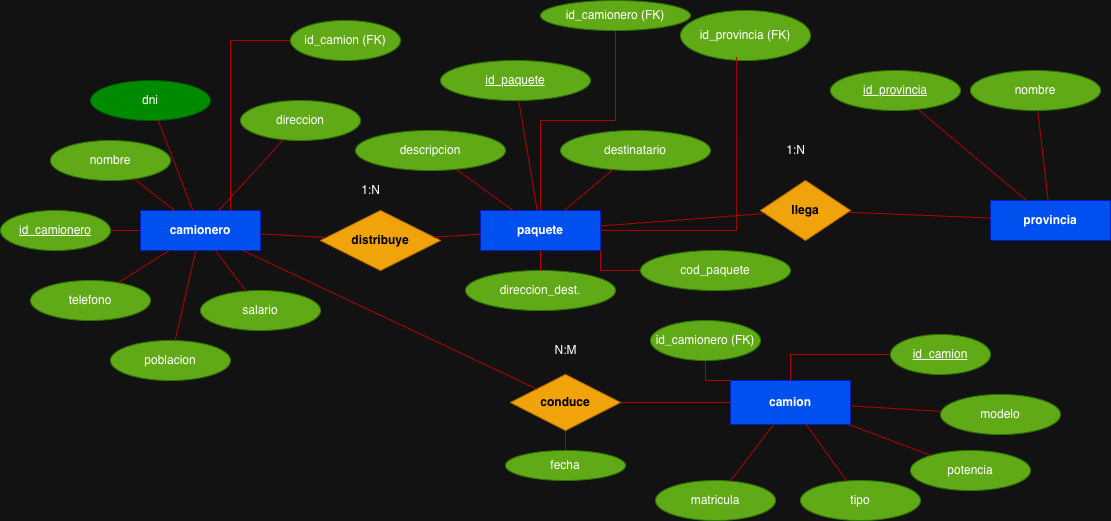
luzmariaalvarez/1DAW keeps this draw.io diagram as Bases de Datos/Ejercicios Modelo E-R/ER_EJ2_Transportes.drawio.png. Above is the earlier version. Source tidied: cells renumbered, new cells last; positions are measured from the earlier drawing's top-left corner, leaving out a move shared by most shapes. The source it was exported from:
```xml
<mxGraphModel>
  <root>
    <mxCell id="0" />
    <mxCell id="1" parent="0" />
    <mxCell id="2" style="edgeStyle=orthogonalEdgeStyle;rounded=0;jettySize=auto;html=1;exitX=0;exitY=0.5;exitDx=0;exitDy=0;entryX=1;entryY=0.5;entryDx=0;entryDy=0;endArrow=none;endFill=0;fillColor=#e51400;strokeColor=#B20000;" parent="1" edge="1" source="3" target="52">
      <mxGeometry relative="1" as="geometry" />
    </mxCell>
    <mxCell id="3" value="camionero" style="shape=rectangle;whiteSpace=wrap;html=1;rounded=0;fillColor=#0050ef;strokeColor=#001DBC;fontStyle=1;fontColor=#ffffff;" parent="1" vertex="1">
      <mxGeometry x="140" y="210" width="120" height="40" as="geometry" />
    </mxCell>
    <mxCell id="4" style="edgeStyle=orthogonalEdgeStyle;rounded=0;jettySize=auto;html=1;endArrow=none;endFill=0;fillColor=#e51400;strokeColor=#B20000;" parent="1" edge="1" source="5" target="66">
      <mxGeometry relative="1" as="geometry" />
    </mxCell>
    <mxCell id="5" value="paquete" style="shape=rectangle;whiteSpace=wrap;html=1;rounded=0;fillColor=#0050ef;strokeColor=#001DBC;fontStyle=1;fontColor=#ffffff;" parent="1" vertex="1">
      <mxGeometry x="480" y="210" width="120" height="40" as="geometry" />
    </mxCell>
    <mxCell id="6" value="provincia" style="shape=rectangle;whiteSpace=wrap;html=1;rounded=0;fillColor=#0050ef;strokeColor=#001DBC;fontStyle=1;fontColor=#ffffff;" parent="1" vertex="1">
      <mxGeometry x="990" y="200" width="120" height="40" as="geometry" />
    </mxCell>
    <mxCell id="7" value="camion" style="shape=rectangle;whiteSpace=wrap;html=1;rounded=0;fillColor=#0050ef;strokeColor=#001DBC;fontStyle=1;fontColor=#ffffff;" parent="1" vertex="1">
      <mxGeometry x="730" y="380" width="120" height="44" as="geometry" />
    </mxCell>
    <mxCell id="8" value="dni" style="ellipse;whiteSpace=wrap;html=1;strokeColor=#005700;fillColor=#008a00;fontColor=#ffffff;" parent="1" vertex="1">
      <mxGeometry x="90" y="80" width="120" height="40" as="geometry" />
    </mxCell>
    <mxCell id="9" style="endArrow=none;strokeColor=#B20000;fillColor=#e51400;" parent="1" edge="1" source="8" target="3">
      <mxGeometry relative="1" as="geometry" />
    </mxCell>
    <mxCell id="10" value="nombre" style="ellipse;whiteSpace=wrap;html=1;strokeColor=#2D7600;fillColor=#60a917;fontColor=#ffffff;" parent="1" vertex="1">
      <mxGeometry x="50" y="140" width="120" height="40" as="geometry" />
    </mxCell>
    <mxCell id="11" style="endArrow=none;strokeColor=#B20000;fillColor=#e51400;" parent="1" edge="1" source="10" target="3">
      <mxGeometry relative="1" as="geometry" />
    </mxCell>
    <mxCell id="12" value="telefono" style="ellipse;whiteSpace=wrap;html=1;strokeColor=#2D7600;fillColor=#60a917;fontColor=#ffffff;" parent="1" vertex="1">
      <mxGeometry x="30" y="280" width="120" height="40" as="geometry" />
    </mxCell>
    <mxCell id="13" style="endArrow=none;strokeColor=#B20000;fillColor=#e51400;" parent="1" edge="1" source="12" target="3">
      <mxGeometry relative="1" as="geometry" />
    </mxCell>
    <mxCell id="14" value="direccion" style="ellipse;whiteSpace=wrap;html=1;strokeColor=#2D7600;fillColor=#60a917;fontColor=#ffffff;" parent="1" vertex="1">
      <mxGeometry x="240" y="100" width="120" height="40" as="geometry" />
    </mxCell>
    <mxCell id="15" style="endArrow=none;strokeColor=#B20000;fillColor=#e51400;" parent="1" edge="1" source="14" target="3">
      <mxGeometry relative="1" as="geometry" />
    </mxCell>
    <mxCell id="16" value="salario" style="ellipse;whiteSpace=wrap;html=1;strokeColor=#2D7600;fillColor=#60a917;fontColor=#ffffff;" parent="1" vertex="1">
      <mxGeometry x="200" y="290" width="120" height="40" as="geometry" />
    </mxCell>
    <mxCell id="17" style="endArrow=none;strokeColor=#B20000;fillColor=#e51400;" parent="1" edge="1" source="16" target="3">
      <mxGeometry relative="1" as="geometry" />
    </mxCell>
    <mxCell id="18" value="poblacion" style="ellipse;whiteSpace=wrap;html=1;strokeColor=#2D7600;fillColor=#60a917;fontColor=#ffffff;" parent="1" vertex="1">
      <mxGeometry x="110" y="340" width="120" height="40" as="geometry" />
    </mxCell>
    <mxCell id="19" style="endArrow=none;strokeColor=#B20000;fillColor=#e51400;" parent="1" edge="1" source="18" target="3">
      <mxGeometry relative="1" as="geometry" />
    </mxCell>
    <mxCell id="20" value="&lt;u&gt;id_paquete&lt;/u&gt;" style="ellipse;whiteSpace=wrap;html=1;strokeColor=#2D7600;fillColor=#60a917;fontColor=#ffffff;" parent="1" vertex="1">
      <mxGeometry x="440" y="60" width="150" height="40" as="geometry" />
    </mxCell>
    <mxCell id="21" style="endArrow=none;strokeColor=#B20000;fillColor=#e51400;" parent="1" edge="1" source="20" target="5">
      <mxGeometry relative="1" as="geometry" />
    </mxCell>
    <mxCell id="22" value="descripcion" style="ellipse;whiteSpace=wrap;html=1;strokeColor=#2D7600;fillColor=#60a917;fontColor=#ffffff;" parent="1" vertex="1">
      <mxGeometry x="355" y="130" width="150" height="40" as="geometry" />
    </mxCell>
    <mxCell id="23" style="endArrow=none;strokeColor=#B20000;fillColor=#e51400;" parent="1" edge="1" source="22" target="5">
      <mxGeometry relative="1" as="geometry" />
    </mxCell>
    <mxCell id="24" value="destinatario" style="ellipse;whiteSpace=wrap;html=1;strokeColor=#2D7600;fillColor=#60a917;fontColor=#ffffff;" parent="1" vertex="1">
      <mxGeometry x="560" y="130" width="150" height="40" as="geometry" />
    </mxCell>
    <mxCell id="25" style="endArrow=none;strokeColor=#B20000;fillColor=#e51400;" parent="1" edge="1" source="24" target="5">
      <mxGeometry relative="1" as="geometry" />
    </mxCell>
    <mxCell id="26" value="direccion_dest." style="ellipse;whiteSpace=wrap;html=1;strokeColor=#2D7600;fillColor=#60a917;fontColor=#ffffff;" parent="1" vertex="1">
      <mxGeometry x="465" y="270" width="150" height="40" as="geometry" />
    </mxCell>
    <mxCell id="27" style="endArrow=none;strokeColor=#B20000;fillColor=#e51400;" parent="1" edge="1" source="26" target="5">
      <mxGeometry relative="1" as="geometry" />
    </mxCell>
    <mxCell id="28" value="&lt;u&gt;id_provincia&lt;/u&gt;" style="ellipse;whiteSpace=wrap;html=1;strokeColor=#2D7600;fillColor=#60a917;fontColor=#ffffff;" parent="1" vertex="1">
      <mxGeometry x="830" y="70" width="130" height="40" as="geometry" />
    </mxCell>
    <mxCell id="29" style="endArrow=none;strokeColor=#B20000;fillColor=#e51400;" parent="1" edge="1" source="28" target="6">
      <mxGeometry relative="1" as="geometry" />
    </mxCell>
    <mxCell id="30" value="nombre" style="ellipse;whiteSpace=wrap;html=1;strokeColor=#2D7600;fillColor=#60a917;fontColor=#ffffff;" parent="1" vertex="1">
      <mxGeometry x="970" y="70" width="130" height="40" as="geometry" />
    </mxCell>
    <mxCell id="31" style="endArrow=none;strokeColor=#B20000;fillColor=#e51400;" parent="1" edge="1" source="30" target="6">
      <mxGeometry relative="1" as="geometry" />
    </mxCell>
    <mxCell id="32" value="matricula" style="ellipse;whiteSpace=wrap;html=1;strokeColor=#2D7600;fillColor=#60a917;fontColor=#ffffff;" parent="1" vertex="1">
      <mxGeometry x="655" y="480" width="120" height="40" as="geometry" />
    </mxCell>
    <mxCell id="33" style="endArrow=none;strokeColor=#B20000;fillColor=#e51400;" parent="1" edge="1" source="32" target="7">
      <mxGeometry relative="1" as="geometry" />
    </mxCell>
    <mxCell id="34" value="modelo" style="ellipse;whiteSpace=wrap;html=1;strokeColor=#2D7600;fillColor=#60a917;fontColor=#ffffff;" parent="1" vertex="1">
      <mxGeometry x="940" y="394" width="120" height="40" as="geometry" />
    </mxCell>
    <mxCell id="35" style="endArrow=none;strokeColor=#B20000;fillColor=#e51400;" parent="1" edge="1" source="34" target="7">
      <mxGeometry relative="1" as="geometry" />
    </mxCell>
    <mxCell id="36" value="tipo" style="ellipse;whiteSpace=wrap;html=1;strokeColor=#2D7600;fillColor=#60a917;fontColor=#ffffff;" parent="1" vertex="1">
      <mxGeometry x="800" y="480" width="120" height="40" as="geometry" />
    </mxCell>
    <mxCell id="37" style="endArrow=none;strokeColor=#B20000;fillColor=#e51400;" parent="1" edge="1" source="36" target="7">
      <mxGeometry relative="1" as="geometry" />
    </mxCell>
    <mxCell id="38" value="potencia" style="ellipse;whiteSpace=wrap;html=1;strokeColor=#2D7600;fillColor=#60a917;fontColor=#ffffff;" parent="1" vertex="1">
      <mxGeometry x="910" y="450" width="120" height="40" as="geometry" />
    </mxCell>
    <mxCell id="39" style="endArrow=none;strokeColor=#B20000;fillColor=#e51400;" parent="1" edge="1" source="38" target="7">
      <mxGeometry relative="1" as="geometry" />
    </mxCell>
    <mxCell id="40" value="distribuye" style="rhombus;whiteSpace=wrap;html=1;strokeColor=#BD7000;fillColor=#f0a30a;fontStyle=1;fontColor=#000000;" parent="1" vertex="1">
      <mxGeometry x="320" y="210" width="120" height="60" as="geometry" />
    </mxCell>
    <mxCell id="41" value="llega" style="rhombus;whiteSpace=wrap;html=1;strokeColor=#BD7000;fillColor=#f0a30a;fontStyle=1;fontColor=#000000;" parent="1" vertex="1">
      <mxGeometry x="760" y="180" width="90" height="60" as="geometry" />
    </mxCell>
    <mxCell id="42" style="edgeStyle=orthogonalEdgeStyle;shape=connector;rounded=0;jettySize=auto;html=1;entryX=0.5;entryY=0;entryDx=0;entryDy=0;strokeColor=#B20000;align=center;verticalAlign=middle;fontFamily=Helvetica;fontSize=11;fontColor=default;labelBackgroundColor=default;endArrow=none;endFill=0;fillColor=#e51400;" parent="1" edge="1" source="43" target="62">
      <mxGeometry relative="1" as="geometry" />
    </mxCell>
    <mxCell id="43" value="conduce" style="rhombus;whiteSpace=wrap;html=1;strokeColor=#BD7000;fillColor=#f0a30a;fontStyle=1;fontColor=#000000;" parent="1" vertex="1">
      <mxGeometry x="510" y="374" width="110" height="56" as="geometry" />
    </mxCell>
    <mxCell id="44" style="endArrow=none;strokeColor=#B20000;fillColor=#e51400;" parent="1" edge="1" source="3" target="40">
      <mxGeometry relative="1" as="geometry" />
    </mxCell>
    <mxCell id="45" style="endArrow=none;strokeColor=#B20000;fillColor=#e51400;" parent="1" edge="1" source="40" target="5">
      <mxGeometry relative="1" as="geometry" />
    </mxCell>
    <mxCell id="46" style="endArrow=none;strokeColor=#B20000;fillColor=#e51400;" parent="1" edge="1" source="5" target="41">
      <mxGeometry relative="1" as="geometry" />
    </mxCell>
    <mxCell id="47" style="endArrow=none;strokeColor=#B20000;fillColor=#e51400;" parent="1" edge="1" source="41" target="6">
      <mxGeometry relative="1" as="geometry" />
    </mxCell>
    <mxCell id="48" style="endArrow=none;strokeColor=#B20000;fillColor=#e51400;" parent="1" edge="1" source="3" target="43">
      <mxGeometry relative="1" as="geometry" />
    </mxCell>
    <mxCell id="49" style="endArrow=none;strokeColor=#B20000;fillColor=#e51400;" parent="1" edge="1" source="43" target="7">
      <mxGeometry relative="1" as="geometry" />
    </mxCell>
    <mxCell id="50" value="1:N" style="text;html=1;align=center;verticalAlign=middle;fontSize=12;" parent="1" vertex="1">
      <mxGeometry x="350" y="180" width="40" height="20" as="geometry" />
    </mxCell>
    <mxCell id="51" value="1:N" style="text;html=1;align=center;verticalAlign=middle;fontSize=12;" parent="1" vertex="1">
      <mxGeometry x="775" y="140" width="40" height="20" as="geometry" />
    </mxCell>
    <mxCell id="52" value="&lt;u&gt;id_camionero&lt;/u&gt;" style="ellipse;whiteSpace=wrap;html=1;strokeColor=#2D7600;fillColor=#60a917;fontColor=#ffffff;" parent="1" vertex="1">
      <mxGeometry y="210" width="110" height="40" as="geometry" />
    </mxCell>
    <mxCell id="53" style="edgeStyle=orthogonalEdgeStyle;rounded=0;jettySize=auto;html=1;fillColor=#e51400;strokeColor=#B20000;endArrow=none;endFill=0;" parent="1" edge="1" source="54" target="7">
      <mxGeometry relative="1" as="geometry" />
    </mxCell>
    <mxCell id="54" value="&lt;u&gt;id_camion&lt;/u&gt;" style="ellipse;whiteSpace=wrap;html=1;strokeColor=#2D7600;fillColor=#60a917;fontColor=#ffffff;" parent="1" vertex="1">
      <mxGeometry x="890" y="334" width="100" height="40" as="geometry" />
    </mxCell>
    <mxCell id="55" value="N:M" style="text;html=1;align=center;verticalAlign=middle;fontSize=12;" parent="1" vertex="1">
      <mxGeometry x="545" y="340" width="40" height="20" as="geometry" />
    </mxCell>
    <mxCell id="56" style="edgeStyle=orthogonalEdgeStyle;rounded=0;jettySize=auto;html=1;entryX=1;entryY=1;entryDx=0;entryDy=0;fillColor=#e51400;strokeColor=#B20000;endArrow=none;endFill=0;" parent="1" edge="1" source="57" target="5">
      <mxGeometry relative="1" as="geometry" />
    </mxCell>
    <mxCell id="57" value="cod_paquete" style="ellipse;whiteSpace=wrap;html=1;strokeColor=#2D7600;fillColor=#60a917;fontColor=#ffffff;" parent="1" vertex="1">
      <mxGeometry x="640" y="250" width="150" height="40" as="geometry" />
    </mxCell>
    <mxCell id="58" style="edgeStyle=orthogonalEdgeStyle;rounded=0;jettySize=auto;html=1;entryX=0;entryY=0;entryDx=0;entryDy=0;fillColor=#e51400;strokeColor=#B20000;endArrow=none;endFill=0;" parent="1" edge="1" source="59" target="7">
      <mxGeometry relative="1" as="geometry" />
    </mxCell>
    <mxCell id="59" value="id_camionero (FK)" style="ellipse;whiteSpace=wrap;html=1;strokeColor=#2D7600;fillColor=#60a917;fontColor=#ffffff;" parent="1" vertex="1">
      <mxGeometry x="650" y="320" width="110" height="40" as="geometry" />
    </mxCell>
    <mxCell id="60" style="edgeStyle=orthogonalEdgeStyle;rounded=0;jettySize=auto;html=1;entryX=0.75;entryY=0;entryDx=0;entryDy=0;fillColor=#e51400;strokeColor=#B20000;endArrow=none;endFill=0;" parent="1" edge="1" source="61" target="3">
      <mxGeometry relative="1" as="geometry" />
    </mxCell>
    <mxCell id="61" value="id_camion (FK)" style="ellipse;whiteSpace=wrap;html=1;strokeColor=#2D7600;fillColor=#60a917;fontColor=#ffffff;" parent="1" vertex="1">
      <mxGeometry x="290" y="20" width="110" height="40" as="geometry" />
    </mxCell>
    <mxCell id="62" value="fecha" style="ellipse;whiteSpace=wrap;html=1;strokeColor=#2D7600;fillColor=#60a917;fontColor=#ffffff;" parent="1" vertex="1">
      <mxGeometry x="505" y="450" width="120" height="30" as="geometry" />
    </mxCell>
    <mxCell id="63" value="id_provincia (FK)" style="ellipse;whiteSpace=wrap;html=1;strokeColor=#2D7600;fillColor=#60a917;fontColor=#ffffff;" parent="1" vertex="1">
      <mxGeometry x="680" y="10" width="130" height="50" as="geometry" />
    </mxCell>
    <mxCell id="64" style="edgeStyle=orthogonalEdgeStyle;shape=connector;rounded=0;jettySize=auto;html=1;entryX=0.432;entryY=0.929;entryDx=0;entryDy=0;entryPerimeter=0;strokeColor=#B20000;align=center;verticalAlign=middle;fontFamily=Helvetica;fontSize=11;fontColor=default;labelBackgroundColor=default;endArrow=none;endFill=0;fillColor=#e51400;" parent="1" edge="1" source="5" target="63">
      <mxGeometry relative="1" as="geometry" />
    </mxCell>
    <mxCell id="65" style="edgeStyle=orthogonalEdgeStyle;shape=connector;rounded=0;orthogonalLoop=1;jettySize=auto;html=1;exitX=0.5;exitY=1;exitDx=0;exitDy=0;strokeColor=#B20000;align=center;verticalAlign=middle;fontFamily=Helvetica;fontSize=11;fontColor=default;labelBackgroundColor=default;endArrow=none;endFill=0;fillColor=#e51400;" parent="1" edge="1">
      <mxGeometry relative="1" as="geometry">
        <mxPoint x="960" y="220" as="sourcePoint" />
        <mxPoint x="960" y="220" as="targetPoint" />
      </mxGeometry>
    </mxCell>
    <mxCell id="66" value="id_camionero (FK)" style="ellipse;whiteSpace=wrap;html=1;strokeColor=#2D7600;fillColor=#60a917;fontColor=#ffffff;" parent="1" vertex="1">
      <mxGeometry x="540" width="150" height="30" as="geometry" />
    </mxCell>
  </root>
</mxGraphModel>
```
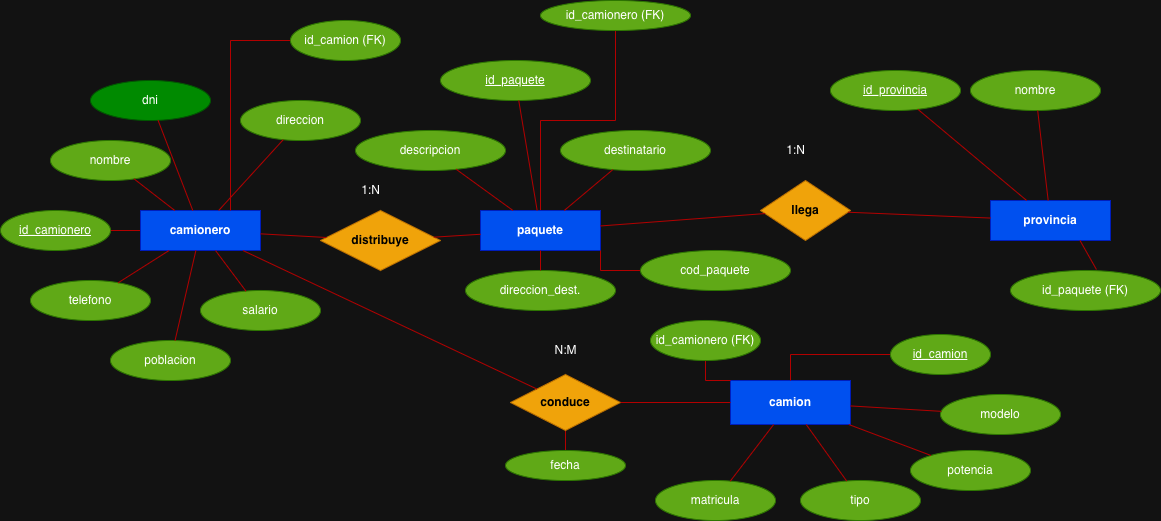
Above is the later version.

What changed in the source:
```diff
@@ -185,12 +185,6 @@
     <mxCell id="62" value="fecha" style="ellipse;whiteSpace=wrap;html=1;strokeColor=#2D7600;fillColor=#60a917;fontColor=#ffffff;" parent="1" vertex="1">
       <mxGeometry x="505" y="450" width="120" height="30" as="geometry" />
     </mxCell>
-    <mxCell id="63" value="id_provincia (FK)" style="ellipse;whiteSpace=wrap;html=1;strokeColor=#2D7600;fillColor=#60a917;fontColor=#ffffff;" parent="1" vertex="1">
-      <mxGeometry x="680" y="10" width="130" height="50" as="geometry" />
-    </mxCell>
-    <mxCell id="64" style="edgeStyle=orthogonalEdgeStyle;shape=connector;rounded=0;jettySize=auto;html=1;entryX=0.432;entryY=0.929;entryDx=0;entryDy=0;entryPerimeter=0;strokeColor=#B20000;align=center;verticalAlign=middle;fontFamily=Helvetica;fontSize=11;fontColor=default;labelBackgroundColor=default;endArrow=none;endFill=0;fillColor=#e51400;" parent="1" edge="1" source="5" target="63">
-      <mxGeometry relative="1" as="geometry" />
-    </mxCell>
     <mxCell id="65" style="edgeStyle=orthogonalEdgeStyle;shape=connector;rounded=0;orthogonalLoop=1;jettySize=auto;html=1;exitX=0.5;exitY=1;exitDx=0;exitDy=0;strokeColor=#B20000;align=center;verticalAlign=middle;fontFamily=Helvetica;fontSize=11;fontColor=default;labelBackgroundColor=default;endArrow=none;endFill=0;fillColor=#e51400;" parent="1" edge="1">
       <mxGeometry relative="1" as="geometry">
         <mxPoint x="960" y="220" as="sourcePoint" />
@@ -200,5 +194,13 @@
     <mxCell id="66" value="id_camionero (FK)" style="ellipse;whiteSpace=wrap;html=1;strokeColor=#2D7600;fillColor=#60a917;fontColor=#ffffff;" parent="1" vertex="1">
       <mxGeometry x="540" width="150" height="30" as="geometry" />
     </mxCell>
+    <mxCell id="67" value="id_paquete (FK)" style="ellipse;whiteSpace=wrap;html=1;strokeColor=#2D7600;fillColor=#60a917;fontColor=#ffffff;" parent="1" vertex="1">
+      <mxGeometry x="1010" y="270" width="150" height="40" as="geometry" />
+    </mxCell>
+    <mxCell id="68" style="endArrow=none;strokeColor=#B20000;fillColor=#e51400;entryX=0.573;entryY=-0.025;entryDx=0;entryDy=0;entryPerimeter=0;" parent="1" edge="1" target="67">
+      <mxGeometry relative="1" as="geometry">
+        <mxPoint x="1079.5" y="240" as="sourcePoint" />
+      </mxGeometry>
+    </mxCell>
   </root>
 </mxGraphModel>
```
